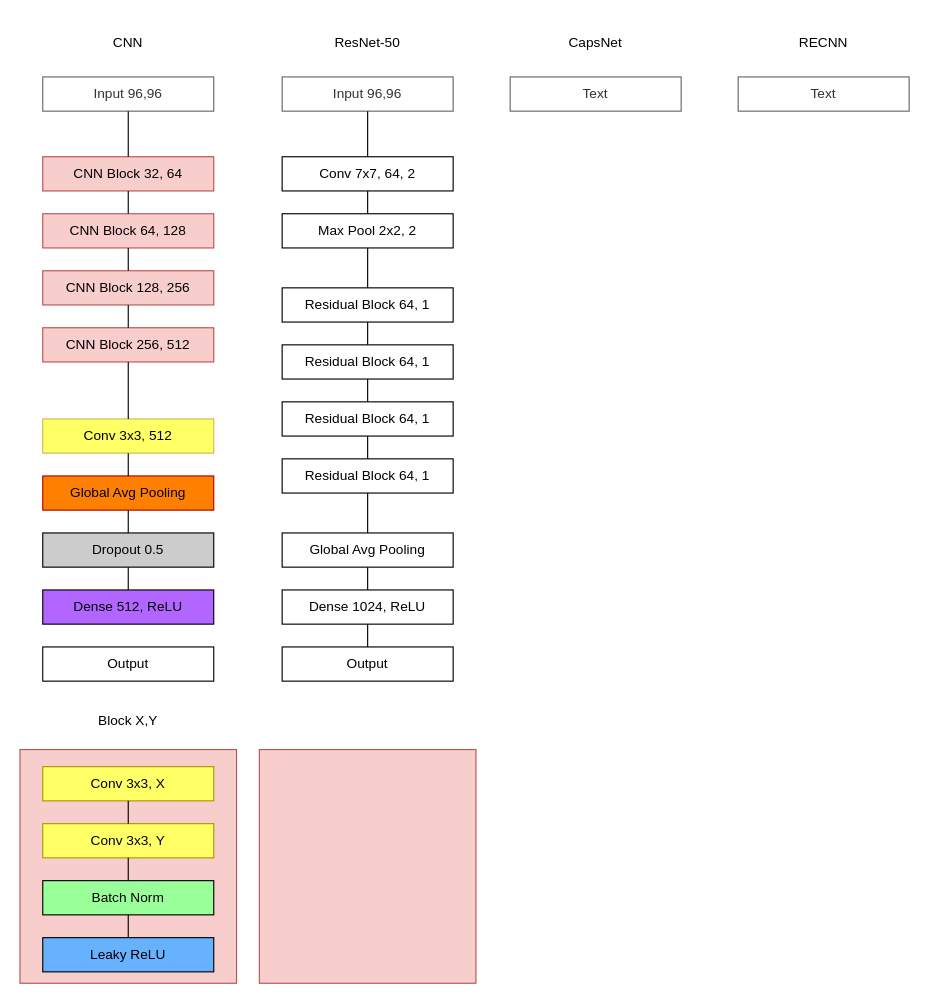
stephandooper/ismi keeps this draw.io diagram as Project/Untitled Diagram.drawio. Above is the earlier version. Source tidied: cells renumbered, new cells numbered last; positions are measured from the earlier drawing's top-left corner, leaving out a move shared by most shapes. Both pictures are drawn from the tidied source at 114%, with x=0, y=0 at pixel (19, 19).
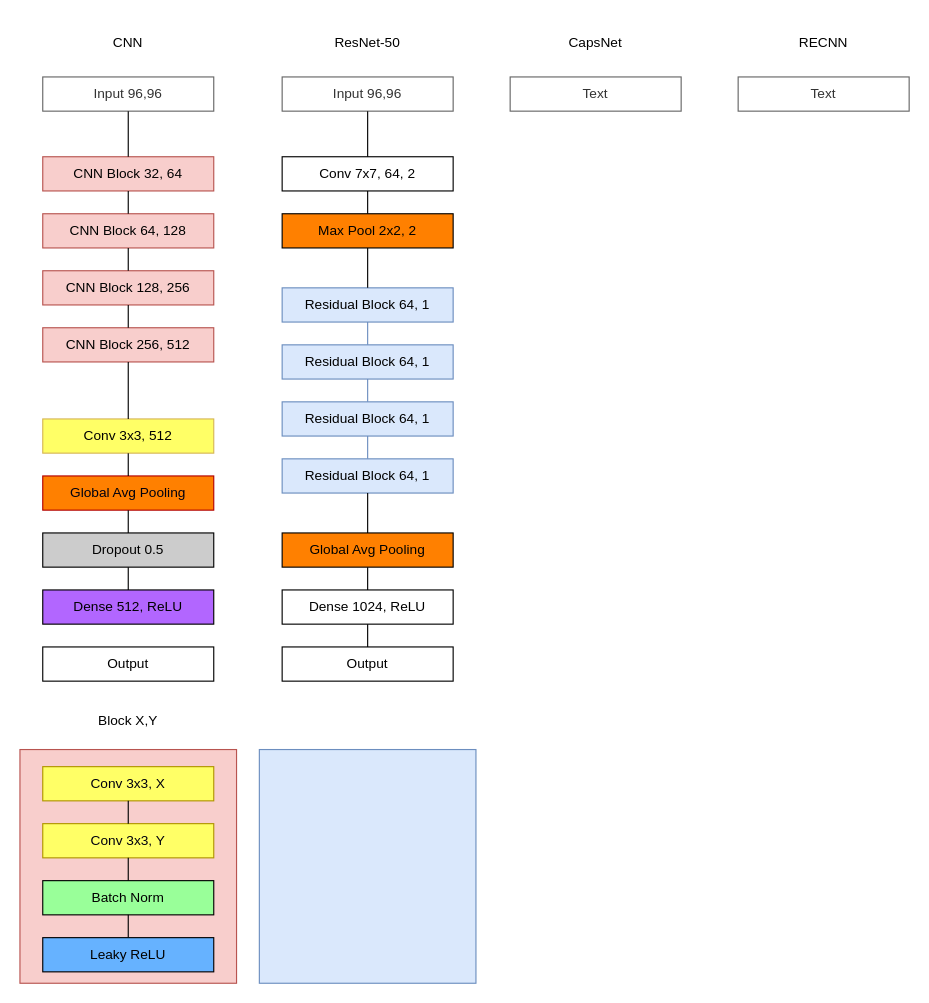
Above is the later version.

Diff of the diagram source:
```diff
@@
-    <mxCell id="37" value="Max Pool 2x2, 2" style="rounded=0;whiteSpace=wrap;html=1;fillColor=#FFFFFF;gradientColor=none;" parent="1" vertex="1">
+    <mxCell id="37" value="Max Pool 2x2, 2" style="rounded=0;whiteSpace=wrap;html=1;fillColor=#FF8000;gradientColor=none;" parent="1" vertex="1">
       <mxGeometry x="230" y="170" width="150" height="30" as="geometry" />
     </mxCell>
-    <mxCell id="38" value="Residual Block 64, 1" style="rounded=0;whiteSpace=wrap;html=1;fillColor=#FFFFFF;gradientColor=none;" parent="1" vertex="1">
+    <mxCell id="38" value="Residual Block 64, 1" style="rounded=0;whiteSpace=wrap;html=1;fillColor=#dae8fc;strokeColor=#6c8ebf;" parent="1" vertex="1">
       <mxGeometry x="230" y="235" width="150" height="30" as="geometry" />
     </mxCell>
-    <mxCell id="39" value="Residual Block 64, 1" style="rounded=0;whiteSpace=wrap;html=1;fillColor=#FFFFFF;gradientColor=none;" parent="1" vertex="1">
+    <mxCell id="39" value="Residual Block 64, 1" style="rounded=0;whiteSpace=wrap;html=1;fillColor=#dae8fc;strokeColor=#6c8ebf;" parent="1" vertex="1">
       <mxGeometry x="230" y="285" width="150" height="30" as="geometry" />
     </mxCell>
-    <mxCell id="40" value="Residual Block 64, 1" style="rounded=0;whiteSpace=wrap;html=1;fillColor=#FFFFFF;gradientColor=none;" parent="1" vertex="1">
+    <mxCell id="40" value="Residual Block 64, 1" style="rounded=0;whiteSpace=wrap;html=1;fillColor=#dae8fc;strokeColor=#6c8ebf;" parent="1" vertex="1">
       <mxGeometry x="230" y="335" width="150" height="30" as="geometry" />
     </mxCell>
-    <mxCell id="41" value="Residual Block 64, 1" style="rounded=0;whiteSpace=wrap;html=1;fillColor=#FFFFFF;gradientColor=none;" parent="1" vertex="1">
+    <mxCell id="41" value="Residual Block 64, 1" style="rounded=0;whiteSpace=wrap;html=1;fillColor=#dae8fc;strokeColor=#6c8ebf;" parent="1" vertex="1">
       <mxGeometry x="230" y="385" width="150" height="30" as="geometry" />
     </mxCell>
@@
-    <mxCell id="43" value="Global Avg Pooling" style="rounded=0;whiteSpace=wrap;html=1;fillColor=#FFFFFF;gradientColor=none;" parent="1" vertex="1">
+    <mxCell id="43" value="Global Avg Pooling" style="rounded=0;whiteSpace=wrap;html=1;fillColor=#FF8000;gradientColor=none;" parent="1" vertex="1">
       <mxGeometry x="230" y="450" width="150" height="30" as="geometry" />
     </mxCell>
@@
-    <mxCell id="45" style="rounded=0;whiteSpace=wrap;html=1;fillColor=#f8cecc;strokeColor=#b85450;" parent="1" vertex="1">
+    <mxCell id="45" style="rounded=0;whiteSpace=wrap;html=1;fillColor=#dae8fc;strokeColor=#6c8ebf;" parent="1" vertex="1">
       <mxGeometry x="210" y="640" width="190" height="205" as="geometry" />
     </mxCell>
@@
-    <mxCell id="49" style="endArrow=none;html=1;entryX=0.5;entryY=0;entryDx=0;entryDy=0;exitX=0.5;exitY=1;exitDx=0;exitDy=0;" parent="1" edge="1" source="38" target="39">
+    <mxCell id="49" style="endArrow=none;html=1;entryX=0.5;entryY=0;entryDx=0;entryDy=0;exitX=0.5;exitY=1;exitDx=0;exitDy=0;fillColor=#dae8fc;strokeColor=#6c8ebf;" parent="1" edge="1" source="38" target="39">
       <mxGeometry relative="1" as="geometry" />
     </mxCell>
-    <mxCell id="50" style="endArrow=none;html=1;entryX=0.5;entryY=1;entryDx=0;entryDy=0;exitX=0.5;exitY=0;exitDx=0;exitDy=0;" parent="1" edge="1" source="40" target="39">
+    <mxCell id="50" style="endArrow=none;html=1;entryX=0.5;entryY=1;entryDx=0;entryDy=0;exitX=0.5;exitY=0;exitDx=0;exitDy=0;fillColor=#dae8fc;strokeColor=#6c8ebf;" parent="1" edge="1" source="40" target="39">
       <mxGeometry relative="1" as="geometry" />
     </mxCell>
-    <mxCell id="51" style="endArrow=none;html=1;entryX=0.5;entryY=0;entryDx=0;entryDy=0;exitX=0.5;exitY=1;exitDx=0;exitDy=0;" parent="1" edge="1" source="40" target="41">
+    <mxCell id="51" style="endArrow=none;html=1;entryX=0.5;entryY=0;entryDx=0;entryDy=0;exitX=0.5;exitY=1;exitDx=0;exitDy=0;fillColor=#dae8fc;strokeColor=#6c8ebf;" parent="1" edge="1" source="40" target="41">
       <mxGeometry relative="1" as="geometry" />
     </mxCell>
```
